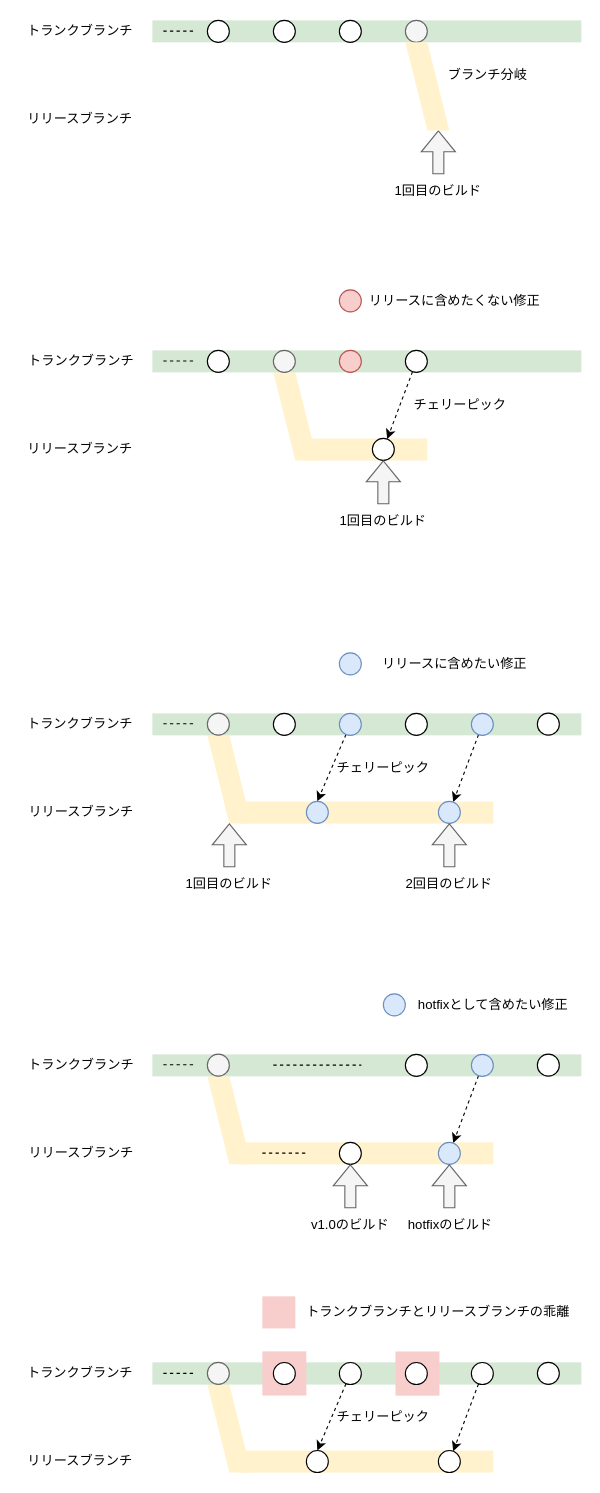
This is images/mobile-trunk-based-release-strategy/release-flow.drawio from shotaIDE/zenn, a draw.io file, before an edit. Source tidied: cells renumbered, new cells numbered last; positions are measured from the earlier drawing's top-left corner, leaving out a move shared by most shapes. Both pictures are drawn from the tidied source at 110%, with x=0, y=0 at pixel (19, 19).
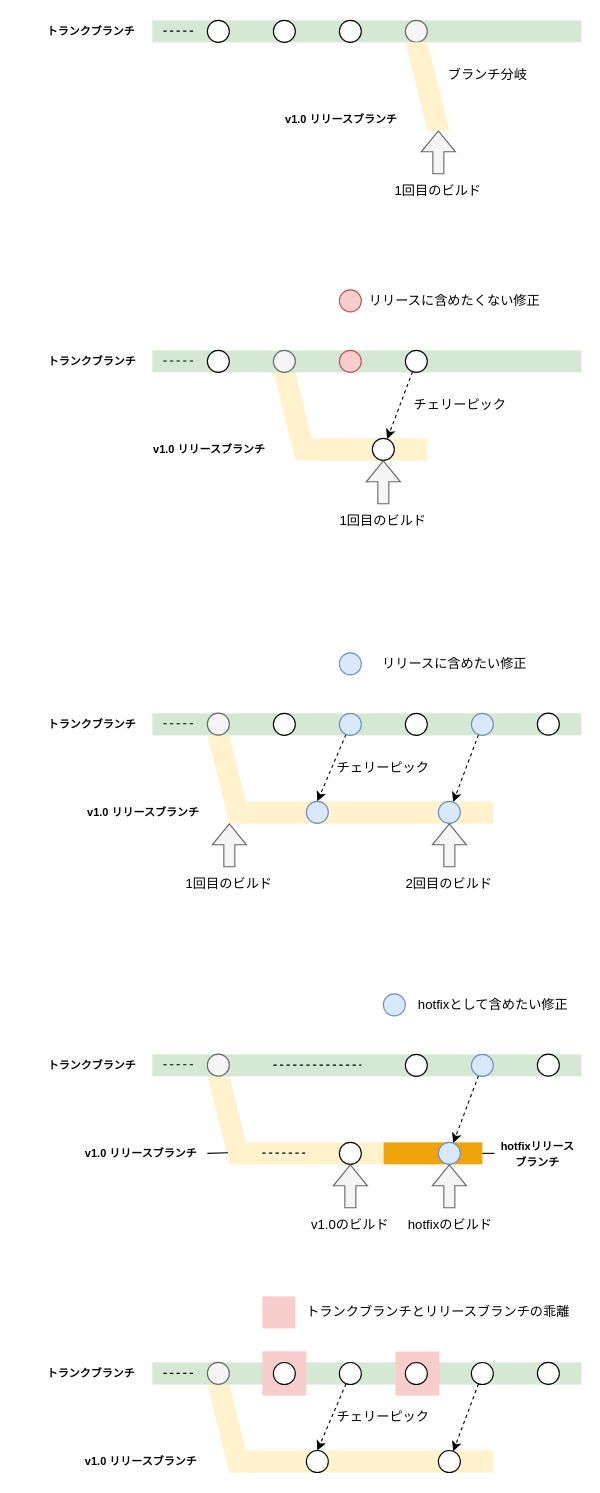
After the change.

Change to the diagram source:
```diff
@@
+    <mxCell id="100" style="rounded=0;whiteSpace=wrap;html=1;fillColor=#f0a30a;strokeColor=none;fontColor=#000000;" parent="1" vertex="1">
+      <mxGeometry x="331" y="1021" width="90" height="20" as="geometry" />
+    </mxCell>
+    <mxCell id="101" style="group;" parent="1" vertex="1">
+      <mxGeometry x="171" y="960.8" width="160" height="80.2" as="geometry" />
+    </mxCell>
+    <mxCell id="12" style="rounded=0;whiteSpace=wrap;html=1;fillColor=#fff2cc;strokeColor=none;" parent="101" vertex="1">
+      <mxGeometry x="30" y="60.2" width="130" height="20" as="geometry" />
+    </mxCell>
+    <mxCell id="13" style="shape=parallelogram;perimeter=parallelogramPerimeter;whiteSpace=wrap;html=1;fixedSize=1;fillColor=#fff2cc;strokeColor=none;flipH=1;" parent="101" vertex="1">
+      <mxGeometry width="40" height="80.2" as="geometry" />
+    </mxCell>
@@
-    <mxCell id="11" style="group;" parent="1" vertex="1">
-      <mxGeometry x="171" y="960.8" width="260" height="80.2" as="geometry" />
-    </mxCell>
-    <mxCell id="12" style="rounded=0;whiteSpace=wrap;html=1;fillColor=#fff2cc;strokeColor=none;" parent="11" vertex="1">
-      <mxGeometry x="30" y="60.2" width="230" height="20" as="geometry" />
-    </mxCell>
-    <mxCell id="13" style="shape=parallelogram;perimeter=parallelogramPerimeter;whiteSpace=wrap;html=1;fixedSize=1;fillColor=#fff2cc;strokeColor=none;flipH=1;" parent="11" vertex="1">
-      <mxGeometry width="40" height="80.2" as="geometry" />
-    </mxCell>
@@
-    <mxCell id="22" value="トランクブランチ" style="text;html=1;strokeColor=none;fillColor=none;align=center;verticalAlign=middle;whiteSpace=wrap;rounded=0;" parent="1" vertex="1">
-      <mxGeometry y="-0.2" width="111" height="22.5" as="geometry" />
+    <mxCell id="22" value="&lt;font style=&quot;font-size: 10px;&quot;&gt;&lt;b&gt;トランクブランチ&lt;/b&gt;&lt;/font&gt;" style="text;html=1;strokeColor=none;fillColor=none;align=center;verticalAlign=middle;whiteSpace=wrap;rounded=0;" parent="1" vertex="1">
+      <mxGeometry x="20" y="0.4" width="91" height="21.2" as="geometry" />
     </mxCell>
-    <mxCell id="23" value="リリースブランチ" style="text;html=1;strokeColor=none;fillColor=none;align=center;verticalAlign=middle;whiteSpace=wrap;rounded=0;" parent="1" vertex="1">
-      <mxGeometry x="5" y="81" width="101" height="20" as="geometry" />
+    <mxCell id="23" value="&lt;b&gt;&lt;font style=&quot;font-size: 10px;&quot;&gt;v1.0 リリースブランチ&lt;/font&gt;&lt;/b&gt;" style="text;html=1;strokeColor=none;fillColor=none;align=center;verticalAlign=middle;whiteSpace=wrap;rounded=0;" parent="1" vertex="1">
+      <mxGeometry x="235" y="81.2" width="116" height="20" as="geometry" />
     </mxCell>
@@
-    <mxCell id="26" value="トランクブランチ" style="text;html=1;strokeColor=none;fillColor=none;align=center;verticalAlign=middle;whiteSpace=wrap;rounded=0;" parent="1" vertex="1">
-      <mxGeometry y="629.5" width="111" height="22.5" as="geometry" />
-    </mxCell>
-    <mxCell id="27" value="リリースブランチ" style="text;html=1;strokeColor=none;fillColor=none;align=center;verticalAlign=middle;whiteSpace=wrap;rounded=0;" parent="1" vertex="1">
-      <mxGeometry x="5.5" y="711" width="101" height="20" as="geometry" />
-    </mxCell>
@@
-    <mxCell id="46" value="トランクブランチ" style="text;html=1;strokeColor=none;fillColor=none;align=center;verticalAlign=middle;whiteSpace=wrap;rounded=0;" parent="1" vertex="1">
-      <mxGeometry x="0.5" y="299.8" width="111" height="22.5" as="geometry" />
-    </mxCell>
-    <mxCell id="47" value="リリースブランチ" style="text;html=1;strokeColor=none;fillColor=none;align=center;verticalAlign=middle;whiteSpace=wrap;rounded=0;" parent="1" vertex="1">
-      <mxGeometry x="5" y="381" width="101" height="20" as="geometry" />
-    </mxCell>
@@
-    <mxCell id="63" value="トランクブランチ" style="text;html=1;strokeColor=none;fillColor=none;align=center;verticalAlign=middle;whiteSpace=wrap;rounded=0;" parent="1" vertex="1">
-      <mxGeometry x="0.5" y="939.8" width="111" height="22.5" as="geometry" />
-    </mxCell>
+    <mxCell id="102" style="rounded=0;jettySize=auto;html=1;entryX=0.531;entryY=0.869;entryDx=0;entryDy=0;endArrow=none;endFill=0;exitX=1;exitY=0.5;exitDx=0;exitDy=0;entryPerimeter=0;" parent="1" edge="1" source="64" target="13">
+      <mxGeometry relative="1" as="geometry" />
+    </mxCell>
-    <mxCell id="64" value="リリースブランチ" style="text;html=1;strokeColor=none;fillColor=none;align=center;verticalAlign=middle;whiteSpace=wrap;rounded=0;" parent="1" vertex="1">
-      <mxGeometry x="5.5" y="1021" width="101" height="20" as="geometry" />
+    <mxCell id="64" value="&lt;b&gt;&lt;font style=&quot;font-size: 10px;&quot;&gt;v1.0 リリースブランチ&lt;/font&gt;&lt;/b&gt;" style="text;html=1;strokeColor=none;fillColor=none;align=center;verticalAlign=middle;whiteSpace=wrap;rounded=0;" parent="1" vertex="1">
+      <mxGeometry x="51" y="1021" width="120" height="20" as="geometry" />
     </mxCell>
@@
-    <mxCell id="80" value="トランクブランチ" style="text;html=1;strokeColor=none;fillColor=none;align=center;verticalAlign=middle;whiteSpace=wrap;rounded=0;" parent="1" vertex="1">
-      <mxGeometry y="1220" width="111" height="22.5" as="geometry" />
-    </mxCell>
-    <mxCell id="81" value="リリースブランチ" style="text;html=1;strokeColor=none;fillColor=none;align=center;verticalAlign=middle;whiteSpace=wrap;rounded=0;" parent="1" vertex="1">
-      <mxGeometry x="5" y="1301.2" width="101" height="20" as="geometry" />
-    </mxCell>
@@
+    <mxCell id="103" style="rounded=0;jettySize=auto;html=1;entryX=1;entryY=0.5;entryDx=0;entryDy=0;endArrow=none;endFill=0;" parent="1" edge="1" source="104" target="100">
+      <mxGeometry relative="1" as="geometry" />
+    </mxCell>
+    <mxCell id="104" value="&lt;font style=&quot;font-size: 10px;&quot;&gt;&lt;b&gt;hotfixリリース&lt;/b&gt;&lt;/font&gt;&lt;div&gt;&lt;font style=&quot;font-size: 10px;&quot;&gt;&lt;b&gt;ブランチ&lt;/b&gt;&lt;/font&gt;&lt;/div&gt;" style="text;html=1;strokeColor=none;fillColor=none;align=center;verticalAlign=middle;whiteSpace=wrap;rounded=0;" parent="1" vertex="1">
+      <mxGeometry x="432" y="1011" width="79" height="40" as="geometry" />
+    </mxCell>
+    <mxCell id="105" value="&lt;font style=&quot;font-size: 10px;&quot;&gt;&lt;b&gt;トランクブランチ&lt;/b&gt;&lt;/font&gt;" style="text;html=1;strokeColor=none;fillColor=none;align=center;verticalAlign=middle;whiteSpace=wrap;rounded=0;" parent="1" vertex="1">
+      <mxGeometry x="20.5" y="300.4" width="91" height="21.2" as="geometry" />
+    </mxCell>
+    <mxCell id="106" value="&lt;b&gt;&lt;font style=&quot;font-size: 10px;&quot;&gt;v1.0 リリースブランチ&lt;/font&gt;&lt;/b&gt;" style="text;html=1;strokeColor=none;fillColor=none;align=center;verticalAlign=middle;whiteSpace=wrap;rounded=0;" parent="1" vertex="1">
+      <mxGeometry x="115" y="381" width="116" height="20" as="geometry" />
+    </mxCell>
+    <mxCell id="107" value="&lt;font style=&quot;font-size: 10px;&quot;&gt;&lt;b&gt;トランクブランチ&lt;/b&gt;&lt;/font&gt;" style="text;html=1;strokeColor=none;fillColor=none;align=center;verticalAlign=middle;whiteSpace=wrap;rounded=0;" parent="1" vertex="1">
+      <mxGeometry x="20.5" y="630.4" width="91" height="21.2" as="geometry" />
+    </mxCell>
+    <mxCell id="108" value="&lt;b&gt;&lt;font style=&quot;font-size: 10px;&quot;&gt;v1.0 リリースブランチ&lt;/font&gt;&lt;/b&gt;" style="text;html=1;strokeColor=none;fillColor=none;align=center;verticalAlign=middle;whiteSpace=wrap;rounded=0;" parent="1" vertex="1">
+      <mxGeometry x="55" y="711" width="116" height="20" as="geometry" />
+    </mxCell>
+    <mxCell id="109" value="&lt;font style=&quot;font-size: 10px;&quot;&gt;&lt;b&gt;トランクブランチ&lt;/b&gt;&lt;/font&gt;" style="text;html=1;strokeColor=none;fillColor=none;align=center;verticalAlign=middle;whiteSpace=wrap;rounded=0;" parent="1" vertex="1">
+      <mxGeometry x="20.5" y="940.4" width="91" height="21.2" as="geometry" />
+    </mxCell>
+    <mxCell id="110" value="&lt;font style=&quot;font-size: 10px;&quot;&gt;&lt;b&gt;トランクブランチ&lt;/b&gt;&lt;/font&gt;" style="text;html=1;strokeColor=none;fillColor=none;align=center;verticalAlign=middle;whiteSpace=wrap;rounded=0;" parent="1" vertex="1">
+      <mxGeometry x="20" y="1220.6" width="91" height="21.2" as="geometry" />
+    </mxCell>
+    <mxCell id="111" value="&lt;b&gt;&lt;font style=&quot;font-size: 10px;&quot;&gt;v1.0 リリースブランチ&lt;/font&gt;&lt;/b&gt;" style="text;html=1;strokeColor=none;fillColor=none;align=center;verticalAlign=middle;whiteSpace=wrap;rounded=0;" parent="1" vertex="1">
+      <mxGeometry x="51" y="1301.2" width="120" height="20" as="geometry" />
+    </mxCell>
```
